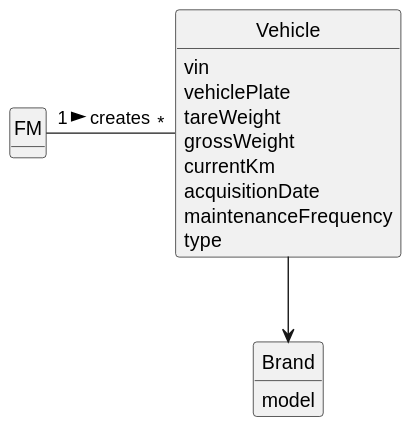
This is docs/sprintA/us006/02.analysis/svg/us006-domain-model.svg from ricardomm7/leaflink, a PlantUML export, as it was before one commit.
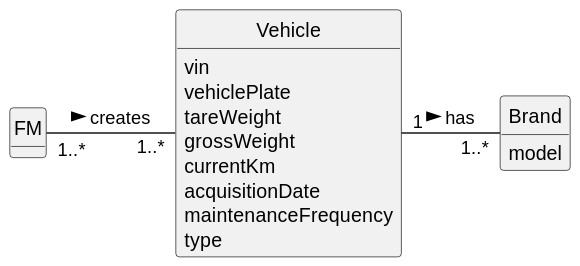
Later version of the same file.

What changed in the source:
```diff
@@ -27,6 +27,6 @@
 model
 }
 
-FM "1" - "*" Vehicle : creates  >
-Vehicle --> Brand
+FM "1..*" - "1..*" Vehicle : creates  >
+Vehicle "1" - "1..*" Brand : has >
 @enduml
```
